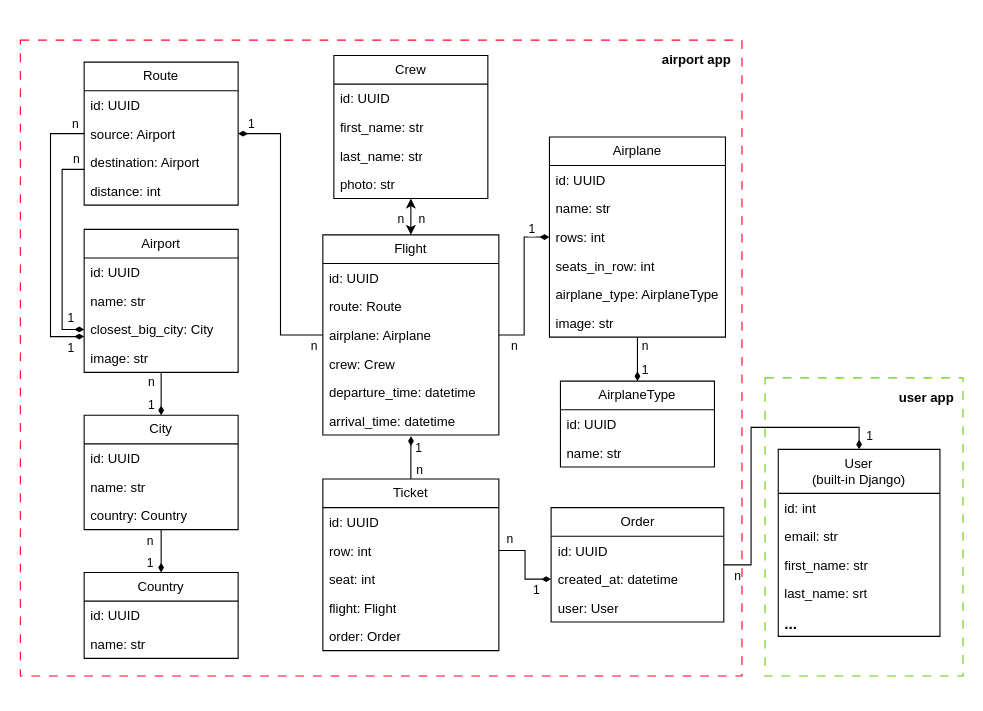
The draw.io diagram docs/database-diagram.drawio in otakuc0der/airport-api, before the edit. Source tidied: cells renumbered, new cells numbered last; positions are measured from the earlier drawing's top-left corner, leaving out a move shared by most shapes. Both pictures are drawn from the tidied source at 110%, with x=0, y=0 at pixel (20, 40).
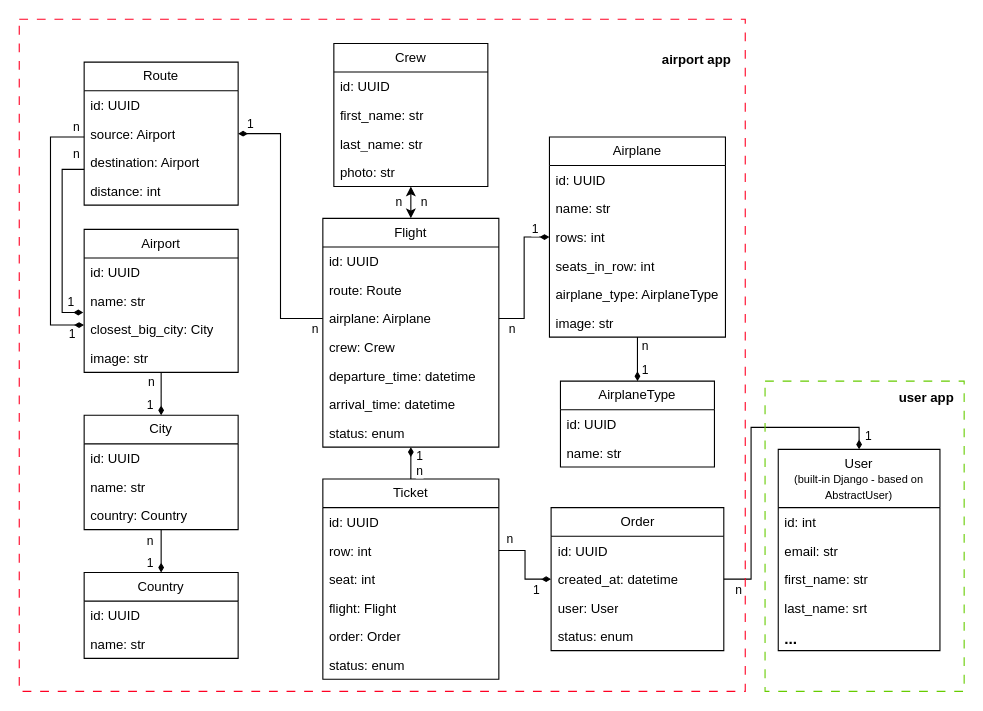
Above is the later version.

Unchanged cells that the change refers to:
```xml
<mxCell id="8" value="Route" style="swimlane;fontStyle=0;horizontal=1;startSize=26;fillColor=none;whiteSpace=wrap;html=1;" parent="1" vertex="1">
  <mxGeometry x="58" y="20" width="140" height="130" as="geometry" />
</mxCell>
<mxCell id="13" style="edgeStyle=orthogonalEdgeStyle;rounded=0;jettySize=auto;html=1;entryX=0.5;entryY=0;entryDx=0;entryDy=0;startArrow=classic;startFill=1;" parent="1" edge="1" source="16" target="52">
  <mxGeometry relative="1" as="geometry" />
</mxCell>
<mxCell id="21" style="edgeStyle=orthogonalEdgeStyle;rounded=0;jettySize=auto;html=1;entryX=0.5;entryY=1;entryDx=0;entryDy=0;endArrow=none;endFill=0;startArrow=diamondThin;startFill=1;" parent="1" edge="1" source="27" target="34">
  <mxGeometry relative="1" as="geometry" />
</mxCell>
<mxCell id="34" value="Airport" style="swimlane;fontStyle=0;horizontal=1;startSize=26;fillColor=none;whiteSpace=wrap;html=1;" parent="1" vertex="1">
  <mxGeometry x="58" y="172" width="140" height="130" as="geometry" />
</mxCell>
<mxCell id="37" value="closest_big_city: City" style="text;strokeColor=none;fillColor=none;align=left;verticalAlign=top;spacingLeft=4;spacingRight=4;overflow=hidden;points=[[0,0.5],[1,0.5]];portConstraint=eastwest;whiteSpace=wrap;html=1;" parent="34" vertex="1">
  <mxGeometry y="78" width="140" height="26" as="geometry" />
</mxCell>
<mxCell id="58" value="arrival_time: datetime" style="text;strokeColor=none;fillColor=none;align=left;verticalAlign=top;spacingLeft=4;spacingRight=4;overflow=hidden;points=[[0,0.5],[1,0.5]];portConstraint=eastwest;whiteSpace=wrap;html=1;" parent="52" vertex="1">
  <mxGeometry y="156" width="160" height="26" as="geometry" />
</mxCell>
```

The edit, as a diff of the source:
```diff
@@
-    <mxCell id="2" style="edgeStyle=orthogonalEdgeStyle;rounded=0;jettySize=auto;html=1;exitX=0;exitY=0.5;exitDx=0;exitDy=0;entryX=0;entryY=0.75;entryDx=0;entryDy=0;endArrow=diamondThin;endFill=1;" parent="1" edge="1" source="8" target="34">
+    <mxCell id="2" style="edgeStyle=orthogonalEdgeStyle;rounded=0;jettySize=auto;html=1;exitX=0;exitY=0.5;exitDx=0;exitDy=0;endArrow=diamondThin;endFill=1;entryX=-0.001;entryY=0.346;entryDx=0;entryDy=0;entryPerimeter=0;" parent="1" edge="1" target="37">
       <mxGeometry relative="1" as="geometry">
+        <mxPoint x="58" y="88" as="sourcePoint" />
         <Array as="points">
-          <mxPoint x="27.4" y="85" />
-          <mxPoint x="27.4" y="269.5" />
+          <mxPoint x="27.4" y="88" />
+          <mxPoint x="27.4" y="259" />
         </Array>
       </mxGeometry>
     </mxCell>
@@
     <mxCell id="4" value="1" style="edgeLabel;html=1;align=center;verticalAlign=middle;" parent="2" vertex="1">
       <mxGeometry x="0.87" y="-1" relative="1" as="geometry">
-        <mxPoint x="3" y="9" as="offset" />
+        <mxPoint x="4" y="7" as="offset" />
       </mxGeometry>
     </mxCell>
-    <mxCell id="5" style="edgeStyle=orthogonalEdgeStyle;rounded=0;jettySize=auto;html=1;exitX=0;exitY=0.75;exitDx=0;exitDy=0;entryX=0;entryY=0.5;entryDx=0;entryDy=0;endArrow=diamondThin;endFill=1;" parent="1" edge="1" source="8" target="37">
+    <mxCell id="5" style="edgeStyle=orthogonalEdgeStyle;rounded=0;jettySize=auto;html=1;exitX=0;exitY=0.75;exitDx=0;exitDy=0;endArrow=diamondThin;endFill=1;entryX=-0.006;entryY=-0.093;entryDx=0;entryDy=0;entryPerimeter=0;" parent="1" edge="1" source="8" target="37">
       <mxGeometry relative="1" as="geometry" />
     </mxCell>
     <mxCell id="6" value="n" style="edgeLabel;html=1;align=center;verticalAlign=middle;" parent="5" vertex="1">
       <mxGeometry x="-0.86" y="-1" relative="1" as="geometry">
-        <mxPoint x="5" y="-9" as="offset" />
+        <mxPoint x="4" y="-13" as="offset" />
       </mxGeometry>
     </mxCell>
     <mxCell id="7" value="1" style="edgeLabel;html=1;align=center;verticalAlign=middle;" parent="5" vertex="1">
       <mxGeometry x="0.84" y="3" relative="1" as="geometry">
-        <mxPoint x="2" y="-8" as="offset" />
+        <mxPoint x="2" y="-7" as="offset" />
       </mxGeometry>
     </mxCell>
@@
     <mxCell id="14" value="n" style="edgeLabel;html=1;align=center;verticalAlign=middle;" parent="13" vertex="1">
       <mxGeometry x="0.1" relative="1" as="geometry">
-        <mxPoint x="9" y="4" as="offset" />
+        <mxPoint x="11" y="1" as="offset" />
       </mxGeometry>
     </mxCell>
     <mxCell id="15" value="n" style="edgeLabel;html=1;align=center;verticalAlign=middle;" parent="13" vertex="1">
       <mxGeometry x="0.06" y="-3" relative="1" as="geometry">
-        <mxPoint x="-13" y="3" as="offset" />
+        <mxPoint x="-15" as="offset" />
       </mxGeometry>
     </mxCell>
     <mxCell id="16" value="Crew" style="swimlane;fontStyle=0;horizontal=1;startSize=26;fillColor=none;whiteSpace=wrap;html=1;" parent="1" vertex="1">
-      <mxGeometry x="285" y="14" width="140" height="130" as="geometry" />
+      <mxGeometry x="285" y="3" width="140" height="130" as="geometry" />
     </mxCell>
@@
     <mxCell id="22" value="1" style="edgeLabel;html=1;align=center;verticalAlign=middle;" parent="21" vertex="1">
       <mxGeometry x="-0.31" relative="1" as="geometry">
-        <mxPoint x="-10" y="4" as="offset" />
+        <mxPoint x="-11" y="4" as="offset" />
       </mxGeometry>
     </mxCell>
@@
     <mxCell id="52" value="Flight" style="swimlane;fontStyle=0;horizontal=1;startSize=26;fillColor=none;whiteSpace=wrap;html=1;" parent="1" vertex="1">
-      <mxGeometry x="275" y="177" width="160" height="182" as="geometry" />
+      <mxGeometry x="275" y="162" width="160" height="208" as="geometry" />
     </mxCell>
@@
+    <mxCell id="94" value="status: enum" style="text;strokeColor=none;fillColor=none;align=left;verticalAlign=top;spacingLeft=4;spacingRight=4;overflow=hidden;whiteSpace=wrap;html=1;" parent="52" vertex="1">
+      <mxGeometry y="182" width="160" height="26" as="geometry" />
+    </mxCell>
     <mxCell id="59" value="Ticket" style="swimlane;fontStyle=0;horizontal=1;startSize=26;fillColor=none;whiteSpace=wrap;html=1;" parent="1" vertex="1">
-      <mxGeometry x="275" y="399" width="160" height="156" as="geometry" />
+      <mxGeometry x="275" y="399" width="160" height="182" as="geometry" />
     </mxCell>
@@
+    <mxCell id="95" value="status: enum" style="text;strokeColor=none;fillColor=none;align=left;verticalAlign=top;spacingLeft=4;spacingRight=4;overflow=hidden;whiteSpace=wrap;html=1;" parent="59" vertex="1">
+      <mxGeometry y="156" width="160" height="26" as="geometry" />
+    </mxCell>
@@
     <mxCell id="68" value="Order" style="swimlane;fontStyle=0;horizontal=1;startSize=26;fillColor=none;whiteSpace=wrap;html=1;" parent="1" vertex="1">
-      <mxGeometry x="482.5" y="425" width="157" height="104" as="geometry" />
+      <mxGeometry x="482.5" y="425" width="157" height="130" as="geometry" />
     </mxCell>
@@
+    <mxCell id="96" value="status: enum" style="text;strokeColor=none;fillColor=none;align=left;verticalAlign=top;spacingLeft=4;spacingRight=4;overflow=hidden;whiteSpace=wrap;html=1;" parent="68" vertex="1">
+      <mxGeometry y="104" width="157" height="26" as="geometry" />
+    </mxCell>
@@
-    <mxCell id="78" style="edgeStyle=orthogonalEdgeStyle;rounded=0;jettySize=auto;html=1;entryX=0.501;entryY=1.038;entryDx=0;entryDy=0;entryPerimeter=0;endArrow=diamondThin;endFill=1;" parent="1" edge="1" source="59" target="58">
+    <mxCell id="78" style="edgeStyle=orthogonalEdgeStyle;rounded=0;jettySize=auto;html=1;endArrow=diamondThin;endFill=1;entryX=0.5;entryY=1;entryDx=0;entryDy=0;exitX=0.5;exitY=0;exitDx=0;exitDy=0;" parent="1" edge="1" source="59" target="52">
       <mxGeometry relative="1" as="geometry" />
     </mxCell>
     <mxCell id="79" value="n" style="edgeLabel;html=1;align=center;verticalAlign=middle;" parent="78" vertex="1">
       <mxGeometry x="-0.46" y="1" relative="1" as="geometry">
-        <mxPoint x="8" y="2" as="offset" />
+        <mxPoint x="8" as="offset" />
       </mxGeometry>
     </mxCell>
     <mxCell id="80" value="1" style="edgeLabel;html=1;align=center;verticalAlign=middle;" parent="78" vertex="1">
       <mxGeometry x="0.28" y="-2" relative="1" as="geometry">
-        <mxPoint x="4" y="-4" as="offset" />
+        <mxPoint x="5" y="-3" as="offset" />
       </mxGeometry>
     </mxCell>
@@
     <mxCell id="84" style="rounded=0;whiteSpace=wrap;html=1;fillColor=none;dashed=1;dashPattern=8 8;strokeWidth=1;strokeColor=#FF0023;" parent="1" vertex="1">
-      <mxGeometry width="656" height="578" as="geometry" />
+      <mxGeometry x="-1" y="-19" width="660" height="611" as="geometry" />
     </mxCell>
-    <mxCell id="85" value="User&lt;br&gt;(&lt;span style=&quot;text-align: left;&quot;&gt;built-in Django&lt;/span&gt;)" style="swimlane;fontStyle=0;horizontal=1;startSize=40;fillColor=none;whiteSpace=wrap;html=1;" parent="1" vertex="1">
-      <mxGeometry x="689" y="372" width="147" height="170" as="geometry" />
+    <mxCell id="85" value="User&lt;br&gt;&lt;font style=&quot;font-size: 10px;&quot;&gt;(&lt;span style=&quot;text-align: left;&quot;&gt;built-in Django -&amp;nbsp;&lt;/span&gt;based on AbstractUser)&lt;/font&gt;" style="swimlane;fontStyle=0;horizontal=1;startSize=53;fillColor=none;whiteSpace=wrap;html=1;" parent="1" vertex="1">
+      <mxGeometry x="689" y="372" width="147" height="183" as="geometry" />
     </mxCell>
     <mxCell id="86" value="id: int" style="text;strokeColor=none;fillColor=none;align=left;verticalAlign=top;spacingLeft=4;spacingRight=4;overflow=hidden;whiteSpace=wrap;html=1;" parent="85" vertex="1">
-      <mxGeometry y="40" width="147" height="26" as="geometry" />
+      <mxGeometry y="53" width="147" height="26" as="geometry" />
     </mxCell>
     <mxCell id="87" value="email: str" style="text;strokeColor=none;fillColor=none;align=left;verticalAlign=top;spacingLeft=4;spacingRight=4;overflow=hidden;whiteSpace=wrap;html=1;" parent="85" vertex="1">
-      <mxGeometry y="66" width="147" height="26" as="geometry" />
+      <mxGeometry y="79" width="147" height="26" as="geometry" />
     </mxCell>
     <mxCell id="88" value="first_name: str" style="text;strokeColor=none;fillColor=none;align=left;verticalAlign=top;spacingLeft=4;spacingRight=4;overflow=hidden;whiteSpace=wrap;html=1;" parent="85" vertex="1">
-      <mxGeometry y="92" width="147" height="26" as="geometry" />
+      <mxGeometry y="105" width="147" height="26" as="geometry" />
     </mxCell>
     <mxCell id="89" value="last_name: srt" style="text;strokeColor=none;fillColor=none;align=left;verticalAlign=top;spacingLeft=4;spacingRight=4;overflow=hidden;whiteSpace=wrap;html=1;" parent="85" vertex="1">
-      <mxGeometry y="118" width="147" height="26" as="geometry" />
+      <mxGeometry y="131" width="147" height="26" as="geometry" />
     </mxCell>
     <mxCell id="90" value="&lt;font style=&quot;font-size: 14px;&quot;&gt;&lt;b&gt;...&lt;/b&gt;&lt;/font&gt;" style="text;strokeColor=none;fillColor=none;align=left;verticalAlign=top;spacingLeft=4;spacingRight=4;overflow=hidden;whiteSpace=wrap;html=1;" parent="85" vertex="1">
-      <mxGeometry y="144" width="147" height="26" as="geometry" />
+      <mxGeometry y="157" width="147" height="26" as="geometry" />
     </mxCell>
@@
     <mxCell id="92" style="rounded=0;whiteSpace=wrap;html=1;fillColor=none;dashed=1;dashPattern=8 8;strokeWidth=1;strokeColor=#66CC00;" parent="1" vertex="1">
-      <mxGeometry x="677" y="307" width="180" height="271" as="geometry" />
+      <mxGeometry x="677" y="310" width="181" height="282" as="geometry" />
     </mxCell>
```
